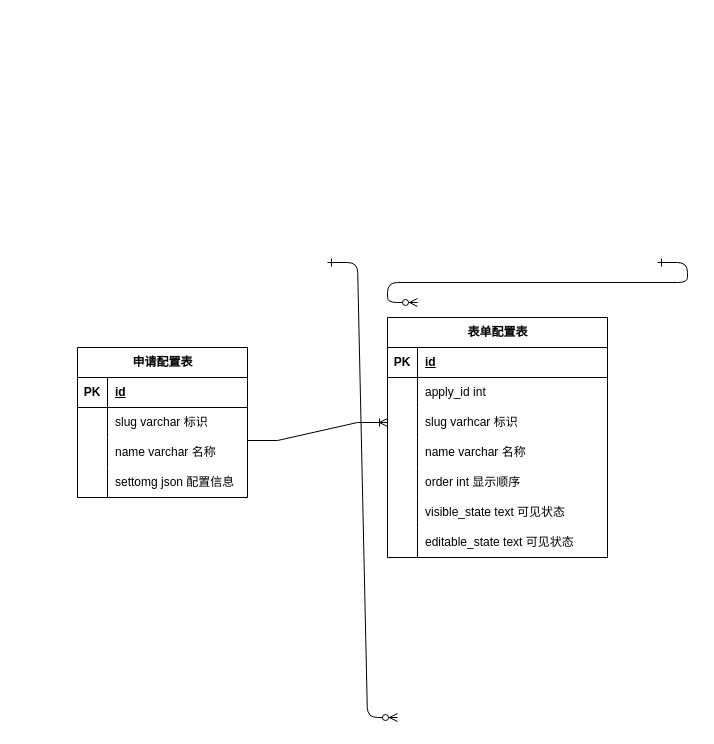
Earlier version of the draw.io diagram 未命名绘图.drawio (joewongex/drawio). Source tidied: cells renumbered, new cells numbered last; positions are measured from the earlier drawing's top-left corner, leaving out a move shared by most shapes. Both pictures are drawn from the tidied source at 100%, with x=0, y=0 at pixel (77, 262).
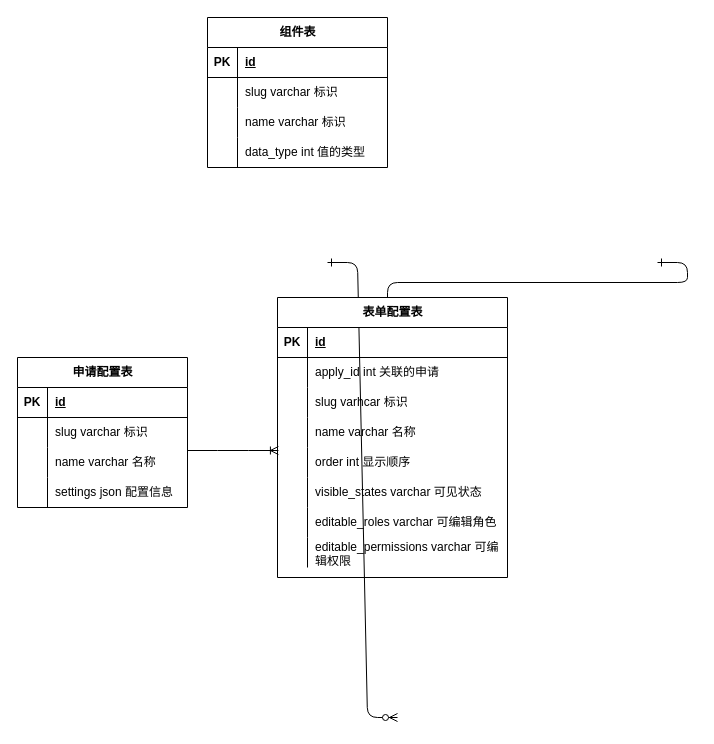
Above is the later version.

Commit message (it also covers changes not shown here):
更新未命名绘图.drawio

Unchanged cells that the change refers to:
```xml
<mxCell id="34" style="shape=tableRow;horizontal=0;startSize=0;swimlaneHead=0;swimlaneBody=0;fillColor=none;points=[[0,0.5],[1,0.5]];portConstraint=eastwest;top=0;left=0;right=0;bottom=0;" parent="27" vertex="1">
  <mxGeometry y="90" width="170" height="30" as="geometry" />
</mxCell>
<mxCell id="37" style="shape=tableRow;horizontal=0;startSize=0;swimlaneHead=0;swimlaneBody=0;fillColor=none;top=0;left=0;right=0;bottom=0;" parent="27" vertex="1">
  <mxGeometry y="120" width="170" height="30" as="geometry" />
</mxCell>
```

The edit, as a diff of the source:
```diff
@@
     <mxCell id="5" value="表单配置表" style="shape=table;startSize=30;childLayout=tableLayout;rowLines=0;fontStyle=1;align=center;html=1;" parent="1" vertex="1">
-      <mxGeometry x="310" y="55" width="220" height="240" as="geometry" />
+      <mxGeometry x="200" y="35" width="230" height="280" as="geometry" />
     </mxCell>
     <mxCell id="6" style="shape=tableRow;horizontal=0;startSize=0;swimlaneHead=0;swimlaneBody=0;fillColor=none;top=0;left=0;right=0;bottom=1;" parent="5" vertex="1">
-      <mxGeometry y="30" width="220" height="30" as="geometry" />
+      <mxGeometry y="30" width="230" height="30" as="geometry" />
     </mxCell>
@@
     <mxCell id="8" value="id" style="shape=partialRectangle;fillColor=none;top=0;left=0;bottom=0;right=0;align=left;spacingLeft=6;fontStyle=5;overflow=hidden;whiteSpace=wrap;html=1;" parent="6" vertex="1">
-      <mxGeometry x="30" width="190" height="30" as="geometry" />
+      <mxGeometry x="30" width="200" height="30" as="geometry" />
     </mxCell>
     <mxCell id="9" style="shape=tableRow;horizontal=0;startSize=0;swimlaneHead=0;swimlaneBody=0;fillColor=none;top=0;left=0;right=0;bottom=0;" parent="5" vertex="1">
-      <mxGeometry y="60" width="220" height="30" as="geometry" />
+      <mxGeometry y="60" width="230" height="30" as="geometry" />
     </mxCell>
@@
-    <mxCell id="11" value="apply_id int&amp;nbsp;" style="shape=partialRectangle;fillColor=none;top=0;left=0;bottom=0;right=0;align=left;spacingLeft=6;overflow=hidden;whiteSpace=wrap;html=1;" parent="9" vertex="1">
-      <mxGeometry x="30" width="190" height="30" as="geometry" />
+    <mxCell id="11" value="apply_id int 关联的申请" style="shape=partialRectangle;fillColor=none;top=0;left=0;bottom=0;right=0;align=left;spacingLeft=6;overflow=hidden;whiteSpace=wrap;html=1;" parent="9" vertex="1">
+      <mxGeometry x="30" width="200" height="30" as="geometry" />
     </mxCell>
     <mxCell id="12" style="shape=tableRow;horizontal=0;startSize=0;swimlaneHead=0;swimlaneBody=0;fillColor=none;points=[[0,0.5],[1,0.5]];portConstraint=eastwest;top=0;left=0;right=0;bottom=0;" parent="5" vertex="1">
-      <mxGeometry y="90" width="220" height="30" as="geometry" />
+      <mxGeometry y="90" width="230" height="30" as="geometry" />
     </mxCell>
@@
     <mxCell id="14" value="slug varhcar 标识" style="shape=partialRectangle;fillColor=none;top=0;left=0;bottom=0;right=0;align=left;spacingLeft=6;overflow=hidden;whiteSpace=wrap;html=1;" parent="12" vertex="1">
-      <mxGeometry x="30" width="190" height="30" as="geometry" />
+      <mxGeometry x="30" width="200" height="30" as="geometry" />
     </mxCell>
     <mxCell id="15" style="shape=tableRow;horizontal=0;startSize=0;swimlaneHead=0;swimlaneBody=0;fillColor=none;points=[[0,0.5],[1,0.5]];portConstraint=eastwest;top=0;left=0;right=0;bottom=0;" parent="5" vertex="1">
-      <mxGeometry y="120" width="220" height="30" as="geometry" />
+      <mxGeometry y="120" width="230" height="30" as="geometry" />
     </mxCell>
@@
     <mxCell id="17" value="name varchar 名称&amp;nbsp;" style="shape=partialRectangle;fillColor=none;top=0;left=0;bottom=0;right=0;align=left;spacingLeft=6;overflow=hidden;whiteSpace=wrap;html=1;" parent="15" vertex="1">
-      <mxGeometry x="30" width="190" height="30" as="geometry" />
+      <mxGeometry x="30" width="200" height="30" as="geometry" />
     </mxCell>
     <mxCell id="18" style="shape=tableRow;horizontal=0;startSize=0;swimlaneHead=0;swimlaneBody=0;fillColor=none;top=0;left=0;right=0;bottom=0;" parent="5" vertex="1">
-      <mxGeometry y="150" width="220" height="30" as="geometry" />
+      <mxGeometry y="150" width="230" height="30" as="geometry" />
     </mxCell>
@@
     <mxCell id="20" value="order int 显示顺序" style="shape=partialRectangle;fillColor=none;top=0;left=0;bottom=0;right=0;align=left;spacingLeft=6;overflow=hidden;whiteSpace=wrap;html=1;" parent="18" vertex="1">
-      <mxGeometry x="30" width="190" height="30" as="geometry" />
+      <mxGeometry x="30" width="200" height="30" as="geometry" />
     </mxCell>
     <mxCell id="21" style="shape=tableRow;horizontal=0;startSize=0;swimlaneHead=0;swimlaneBody=0;fillColor=none;top=0;left=0;right=0;bottom=0;" parent="5" vertex="1">
-      <mxGeometry y="180" width="220" height="30" as="geometry" />
+      <mxGeometry y="180" width="230" height="30" as="geometry" />
     </mxCell>
@@
-    <mxCell id="23" value="visible_state text 可见状态" style="shape=partialRectangle;fillColor=none;top=0;left=0;bottom=0;right=0;align=left;spacingLeft=6;overflow=hidden;whiteSpace=wrap;html=1;" parent="21" vertex="1">
-      <mxGeometry x="30" width="190" height="30" as="geometry" />
+    <mxCell id="23" value="visible_states varchar 可见状态" style="shape=partialRectangle;fillColor=none;top=0;left=0;bottom=0;right=0;align=left;spacingLeft=6;overflow=hidden;whiteSpace=wrap;html=1;" parent="21" vertex="1">
+      <mxGeometry x="30" width="200" height="30" as="geometry" />
     </mxCell>
     <mxCell id="24" style="shape=tableRow;horizontal=0;startSize=0;swimlaneHead=0;swimlaneBody=0;fillColor=none;top=0;left=0;right=0;bottom=0;" parent="5" vertex="1">
-      <mxGeometry y="210" width="220" height="30" as="geometry" />
+      <mxGeometry y="210" width="230" height="30" as="geometry" />
     </mxCell>
@@
-    <mxCell id="26" value="editable_state text 可见状态" style="shape=partialRectangle;fillColor=none;top=0;left=0;bottom=0;right=0;align=left;spacingLeft=6;overflow=hidden;whiteSpace=wrap;html=1;" parent="24" vertex="1">
-      <mxGeometry x="30" width="190" height="30" as="geometry" />
+    <mxCell id="26" value="editable_roles varchar 可编辑角色" style="shape=partialRectangle;fillColor=none;top=0;left=0;bottom=0;right=0;align=left;spacingLeft=6;overflow=hidden;whiteSpace=wrap;html=1;" parent="24" vertex="1">
+      <mxGeometry x="30" width="200" height="30" as="geometry" />
     </mxCell>
+    <mxCell id="41" style="shape=tableRow;horizontal=0;startSize=0;swimlaneHead=0;swimlaneBody=0;fillColor=none;top=0;left=0;right=0;bottom=0;" parent="5" vertex="1">
+      <mxGeometry y="240" width="230" height="30" as="geometry" />
+    </mxCell>
+    <mxCell id="42" style="shape=partialRectangle;fillColor=none;top=0;left=0;bottom=0;right=0;overflow=hidden;whiteSpace=wrap;html=1;" parent="41" vertex="1">
+      <mxGeometry width="30" height="30" as="geometry" />
+    </mxCell>
+    <mxCell id="43" value="editable_permissions varchar 可编辑权限" style="shape=partialRectangle;fillColor=none;top=0;left=0;bottom=0;right=0;align=left;spacingLeft=6;overflow=hidden;whiteSpace=wrap;html=1;" parent="41" vertex="1">
+      <mxGeometry x="30" width="200" height="30" as="geometry" />
+    </mxCell>
     <mxCell id="27" value="申请配置表" style="shape=table;startSize=30;childLayout=tableLayout;rowLines=0;fontStyle=1;align=center;html=1;" parent="1" vertex="1">
-      <mxGeometry y="85" width="170" height="150" as="geometry" />
+      <mxGeometry x="-60" y="95" width="170" height="150" as="geometry" />
     </mxCell>
@@
-    <mxCell id="39" value="settomg json 配置信息" style="shape=partialRectangle;fillColor=none;top=0;left=0;bottom=0;right=0;align=left;spacingLeft=6;overflow=hidden;whiteSpace=wrap;html=1;" parent="37" vertex="1">
+    <mxCell id="39" value="settings json 配置信息" style="shape=partialRectangle;fillColor=none;top=0;left=0;bottom=0;right=0;align=left;spacingLeft=6;overflow=hidden;whiteSpace=wrap;html=1;" parent="37" vertex="1">
       <mxGeometry x="30" width="140" height="30" as="geometry" />
     </mxCell>
-    <mxCell id="40" style="edgeStyle=entityRelationEdgeStyle;fontSize=12;html=1;endArrow=ERoneToMany;rounded=0;exitX=1;exitY=0.1;exitDx=0;exitDy=0;exitPerimeter=0;entryX=0;entryY=0.5;entryDx=0;entryDy=0;" parent="1" edge="1" source="34" target="12">
+    <mxCell id="40" style="edgeStyle=entityRelationEdgeStyle;fontSize=12;html=1;endArrow=ERoneToMany;rounded=0;exitX=1;exitY=0.1;exitDx=0;exitDy=0;exitPerimeter=0;entryX=0.004;entryY=1.1;entryDx=0;entryDy=0;entryPerimeter=0;" parent="1" edge="1" source="34" target="15">
       <mxGeometry relative="1" as="geometry" />
     </mxCell>
+    <mxCell id="44" value="组件表" style="shape=table;startSize=30;childLayout=tableLayout;rowLines=0;fontStyle=1;align=center;html=1;" parent="1" vertex="1">
+      <mxGeometry x="130" y="-245" width="180" height="150" as="geometry" />
+    </mxCell>
+    <mxCell id="45" style="shape=tableRow;horizontal=0;startSize=0;swimlaneHead=0;swimlaneBody=0;fillColor=none;top=0;left=0;right=0;bottom=1;" parent="44" vertex="1">
+      <mxGeometry y="30" width="180" height="30" as="geometry" />
+    </mxCell>
+    <mxCell id="46" value="PK" style="shape=partialRectangle;fillColor=none;top=0;left=0;bottom=0;right=0;fontStyle=1;overflow=hidden;whiteSpace=wrap;html=1;" parent="45" vertex="1">
+      <mxGeometry width="30" height="30" as="geometry" />
+    </mxCell>
+    <mxCell id="47" value="id" style="shape=partialRectangle;fillColor=none;top=0;left=0;bottom=0;right=0;align=left;spacingLeft=6;fontStyle=5;overflow=hidden;whiteSpace=wrap;html=1;" parent="45" vertex="1">
+      <mxGeometry x="30" width="150" height="30" as="geometry" />
+    </mxCell>
+    <mxCell id="48" style="shape=tableRow;horizontal=0;startSize=0;swimlaneHead=0;swimlaneBody=0;fillColor=none;top=0;left=0;right=0;bottom=0;" parent="44" vertex="1">
+      <mxGeometry y="60" width="180" height="30" as="geometry" />
+    </mxCell>
+    <mxCell id="49" style="shape=partialRectangle;fillColor=none;top=0;left=0;bottom=0;right=0;overflow=hidden;whiteSpace=wrap;html=1;" parent="48" vertex="1">
+      <mxGeometry width="30" height="30" as="geometry" />
+    </mxCell>
+    <mxCell id="50" value="slug varchar 标识" style="shape=partialRectangle;fillColor=none;top=0;left=0;bottom=0;right=0;align=left;spacingLeft=6;overflow=hidden;whiteSpace=wrap;html=1;" parent="48" vertex="1">
+      <mxGeometry x="30" width="150" height="30" as="geometry" />
+    </mxCell>
+    <mxCell id="51" style="shape=tableRow;horizontal=0;startSize=0;swimlaneHead=0;swimlaneBody=0;fillColor=none;top=0;left=0;right=0;bottom=0;" parent="44" vertex="1">
+      <mxGeometry y="90" width="180" height="30" as="geometry" />
+    </mxCell>
+    <mxCell id="52" style="shape=partialRectangle;fillColor=none;top=0;left=0;bottom=0;right=0;overflow=hidden;whiteSpace=wrap;html=1;" parent="51" vertex="1">
+      <mxGeometry width="30" height="30" as="geometry" />
+    </mxCell>
+    <mxCell id="53" value="name varchar 标识" style="shape=partialRectangle;fillColor=none;top=0;left=0;bottom=0;right=0;align=left;spacingLeft=6;overflow=hidden;whiteSpace=wrap;html=1;" parent="51" vertex="1">
+      <mxGeometry x="30" width="150" height="30" as="geometry" />
+    </mxCell>
+    <mxCell id="54" style="shape=tableRow;horizontal=0;startSize=0;swimlaneHead=0;swimlaneBody=0;fillColor=none;top=0;left=0;right=0;bottom=0;" parent="44" vertex="1">
+      <mxGeometry y="120" width="180" height="30" as="geometry" />
+    </mxCell>
+    <mxCell id="55" style="shape=partialRectangle;fillColor=none;top=0;left=0;bottom=0;right=0;overflow=hidden;whiteSpace=wrap;html=1;" parent="54" vertex="1">
+      <mxGeometry width="30" height="30" as="geometry" />
+    </mxCell>
+    <mxCell id="56" value="data_type int 值的类型" style="shape=partialRectangle;fillColor=none;top=0;left=0;bottom=0;right=0;align=left;spacingLeft=6;overflow=hidden;whiteSpace=wrap;html=1;" parent="54" vertex="1">
+      <mxGeometry x="30" width="150" height="30" as="geometry" />
+    </mxCell>
```
